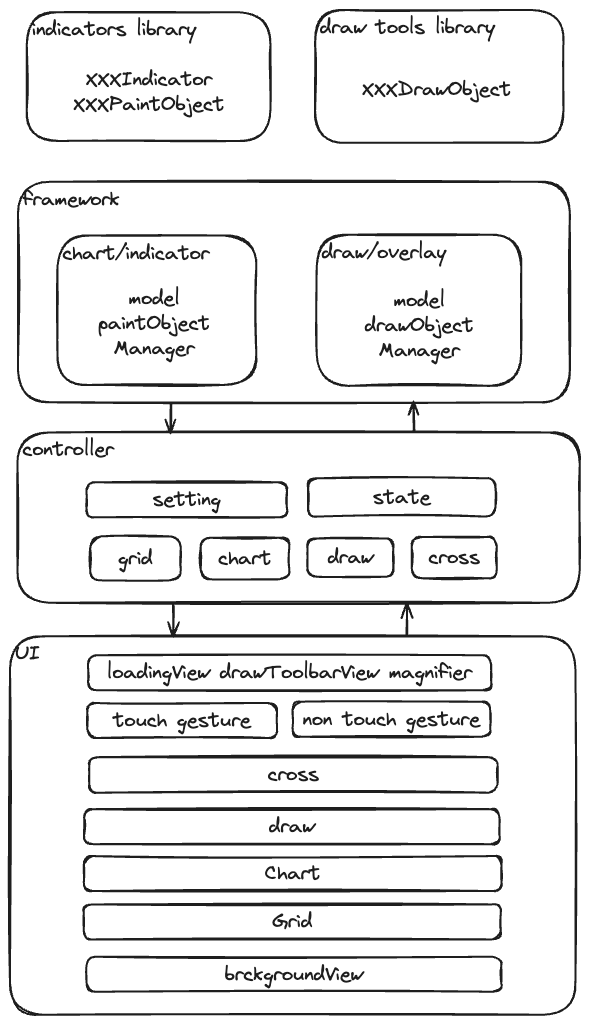
Before: doc/archiecture.excalidraw.png, a diagram exported from Excalidraw (FlexiKline/FlexiKline). Source tidied: one line per element, renumbered; positions are measured from the earlier drawing's top-left corner, leaving out a move shared by most shapes.
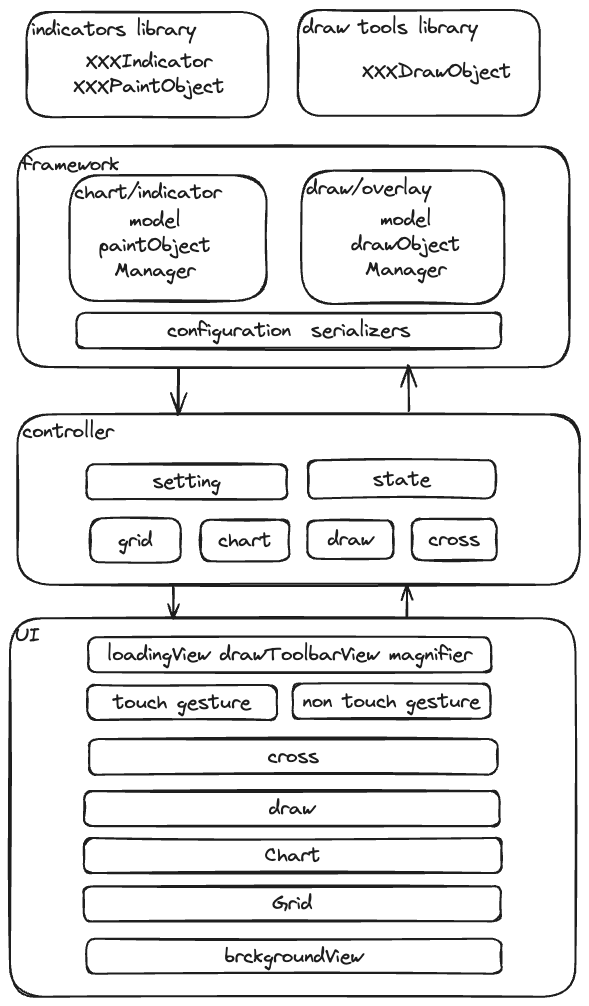
Above is the later version.

Change to the diagram source:
```diff
@@ -30,21 +30,23 @@
 {"id": 29, "type": "text", "text": "cross", "strokeColor": "#1e1e1e", "strokeWidth": 2, "roughness": 1, "fontSize": 20, "fontFamily": 1, "textAlign": "center", "verticalAlign": "middle", "inside": 28, "x": 419, "y": 535, "width": 51, "height": 25}
 {"id": 30, "type": "rectangle", "strokeColor": "#1e1e1e", "strokeWidth": 2, "roughness": 1, "round": true, "x": 298, "y": 468, "width": 187, "height": 38}
 {"id": 31, "type": "text", "text": "state", "strokeColor": "#1e1e1e", "strokeWidth": 2, "roughness": 1, "fontSize": 20, "fontFamily": 1, "textAlign": "center", "verticalAlign": "middle", "inside": 30, "x": 363, "y": 475, "width": 58, "height": 25}
-{"id": 32, "type": "rectangle", "strokeColor": "#1e1e1e", "strokeWidth": 2, "roughness": 1, "round": true, "x": 8, "y": 172, "width": 552, "height": 220}
+{"id": 32, "type": "rectangle", "strokeColor": "#1e1e1e", "strokeWidth": 2, "roughness": 1, "round": true, "x": 8, "y": 155, "width": 552, "height": 220}
-{"id": 33, "type": "text", "text": "framework", "strokeColor": "#1e1e1e", "strokeWidth": 2, "roughness": 1, "fontSize": 20, "fontFamily": 1, "inside": 32, "x": 13, "y": 177, "width": 97, "height": 25}
+{"id": 33, "type": "text", "text": "framework", "strokeColor": "#1e1e1e", "strokeWidth": 2, "roughness": 1, "fontSize": 20, "fontFamily": 1, "inside": 32, "x": 13, "y": 160, "width": 97, "height": 25}
-{"id": 34, "type": "rectangle", "strokeColor": "#1e1e1e", "strokeWidth": 2, "roughness": 1, "round": true, "x": 47, "y": 226, "width": 199, "height": 149}
+{"id": 34, "type": "rectangle", "strokeColor": "#1e1e1e", "strokeWidth": 2, "roughness": 1, "round": true, "x": 60, "y": 183, "width": 197, "height": 126}
-{"id": 35, "type": "text", "text": "chart/indicator", "strokeColor": "#1e1e1e", "strokeWidth": 2, "roughness": 1, "fontSize": 20, "fontFamily": 1, "inside": 34, "x": 52, "y": 231, "width": 147, "height": 25}
+{"id": 35, "type": "text", "text": "chart/indicator", "strokeColor": "#1e1e1e", "strokeWidth": 2, "roughness": 1, "fontSize": 20, "fontFamily": 1, "inside": 34, "x": 65, "y": 188, "width": 147, "height": 25}
-{"id": 36, "type": "rectangle", "strokeColor": "#1e1e1e", "strokeWidth": 2, "roughness": 1, "round": true, "x": 307, "y": 225, "width": 204, "height": 151}
+{"id": 36, "type": "rectangle", "strokeColor": "#1e1e1e", "strokeWidth": 2, "roughness": 1, "round": true, "x": 292, "y": 179, "width": 203, "height": 133}
-{"id": 37, "type": "text", "text": "draw/overlay", "strokeColor": "#1e1e1e", "strokeWidth": 2, "roughness": 1, "fontSize": 20, "fontFamily": 1, "inside": 36, "x": 312, "y": 230, "width": 125, "height": 25}
+{"id": 37, "type": "text", "text": "draw/overlay", "strokeColor": "#1e1e1e", "strokeWidth": 2, "roughness": 1, "fontSize": 20, "fontFamily": 1, "inside": 36, "x": 297, "y": 184, "width": 125, "height": 25}
-{"id": 38, "type": "rectangle", "strokeColor": "#1e1e1e", "strokeWidth": 2, "roughness": 1, "round": true, "x": 17, "y": 2, "width": 244, "height": 129}
+{"id": 38, "type": "rectangle", "strokeColor": "#1e1e1e", "strokeWidth": 2, "roughness": 1, "round": true, "x": 17, "y": 20, "width": 242, "height": 105}
-{"id": 39, "type": "text", "text": "indicators library", "strokeColor": "#1e1e1e", "strokeWidth": 2, "roughness": 1, "fontSize": 20, "fontFamily": 1, "inside": 38, "x": 22, "y": 7, "width": 164, "height": 25}
+{"id": 39, "type": "text", "text": "indicators library", "strokeColor": "#1e1e1e", "strokeWidth": 2, "roughness": 1, "fontSize": 20, "fontFamily": 1, "inside": 38, "x": 22, "y": 25, "width": 164, "height": 25}
-{"id": 40, "type": "rectangle", "strokeColor": "#1e1e1e", "strokeWidth": 2, "roughness": 1, "round": true, "x": 305, "y": 0, "width": 248, "height": 133}
+{"id": 40, "type": "rectangle", "strokeColor": "#1e1e1e", "strokeWidth": 2, "roughness": 1, "round": true, "x": 288, "y": 18, "width": 242, "height": 106}
-{"id": 41, "type": "text", "text": "draw tools library", "strokeColor": "#1e1e1e", "strokeWidth": 2, "roughness": 1, "fontSize": 20, "fontFamily": 1, "inside": 40, "x": 310, "y": 5, "width": 175, "height": 25}
+{"id": 41, "type": "text", "text": "draw tools library", "strokeColor": "#1e1e1e", "strokeWidth": 2, "roughness": 1, "fontSize": 20, "fontFamily": 1, "inside": 40, "x": 293, "y": 23, "width": 175, "height": 25}
-{"id": 42, "type": "text", "text": "model\npaintObject\nManager", "strokeColor": "#1e1e1e", "strokeWidth": 2, "roughness": 1, "fontSize": 20, "fontFamily": 1, "textAlign": "center", "verticalAlign": "middle", "x": 88, "y": 276, "width": 112, "height": 75}
+{"id": 42, "type": "text", "text": "model\npaintObject\nManager", "strokeColor": "#1e1e1e", "strokeWidth": 2, "roughness": 1, "fontSize": 20, "fontFamily": 1, "textAlign": "center", "verticalAlign": "middle", "x": 89, "y": 216, "width": 112, "height": 75}
-{"id": 43, "type": "text", "text": "model\ndrawObject\nManager", "strokeColor": "#1e1e1e", "strokeWidth": 2, "roughness": 1, "fontSize": 20, "fontFamily": 1, "textAlign": "center", "verticalAlign": "middle", "x": 355, "y": 278, "width": 109, "height": 75}
+{"id": 43, "type": "text", "text": "model\ndrawObject\nManager", "strokeColor": "#1e1e1e", "strokeWidth": 2, "roughness": 1, "fontSize": 20, "fontFamily": 1, "textAlign": "center", "verticalAlign": "middle", "x": 341, "y": 215, "width": 109, "height": 75}
 {"id": 44, "type": "arrow", "strokeColor": "#1e1e1e", "strokeWidth": 2, "roughness": 1, "endArrowhead": "arrow", "round": true, "from": 18, "x": 163, "y": 595, "width": 0, "height": 31, "points": [[0, 0], [0, 31]]}
-{"id": 45, "type": "arrow", "strokeColor": "#1e1e1e", "strokeWidth": 2, "roughness": 1, "endArrowhead": "arrow", "round": true, "from": 32, "to": 36, "x": 405, "y": 421, "width": 1, "height": 28, "points": [[0, 0], [-1, -28]]}
-{"id": 46, "type": "arrow", "strokeColor": "#1e1e1e", "strokeWidth": 2, "roughness": 1, "endArrowhead": "arrow", "round": true, "from": 34, "to": 32, "x": 161, "y": 393, "width": 0, "height": 29, "points": [[0, 0], [0, 29]]}
 {"id": 47, "type": "arrow", "strokeColor": "#1e1e1e", "strokeWidth": 2, "roughness": 1, "endArrowhead": "arrow", "round": true, "from": 0, "to": 18, "x": 397, "y": 626, "width": 1, "height": 32, "points": [[0, 0], [1, -32]]}
 {"id": 48, "type": "text", "text": "XXXIndicator\nXXXPaintObject", "strokeColor": "#1e1e1e", "strokeWidth": 2, "roughness": 1, "fontSize": 20, "fontFamily": 1, "textAlign": "center", "verticalAlign": "middle", "x": 64, "y": 57, "width": 151, "height": 50}
 {"id": 49, "type": "text", "text": "XXXDrawObject", "strokeColor": "#1e1e1e", "strokeWidth": 2, "roughness": 1, "fontSize": 20, "fontFamily": 1, "textAlign": "center", "verticalAlign": "middle", "x": 352, "y": 67, "width": 149, "height": 25}
+{"id": 50, "type": "rectangle", "strokeColor": "#1e1e1e", "strokeWidth": 2, "roughness": 1, "round": true, "x": 67, "y": 321, "width": 425, "height": 35}
+{"id": 51, "type": "text", "text": "configuration  serializers", "strokeColor": "#1e1e1e", "strokeWidth": 2, "roughness": 1, "fontSize": 20, "fontFamily": 1, "textAlign": "center", "verticalAlign": "middle", "inside": 50, "x": 157, "y": 326, "width": 244, "height": 25}
+{"id": 52, "type": "arrow", "strokeColor": "#1e1e1e", "strokeWidth": 2, "roughness": 1, "endArrowhead": "arrow", "round": true, "from": 32, "x": 168, "y": 377, "width": 0, "height": 46, "points": [[0, 0], [0, 46]]}
+{"id": 53, "type": "arrow", "strokeColor": "#1e1e1e", "strokeWidth": 2, "roughness": 1, "endArrowhead": "arrow", "round": true, "from": 18, "x": 399, "y": 418, "width": 1, "height": 45, "points": [[0, 0], [-1, -45]]}
```
